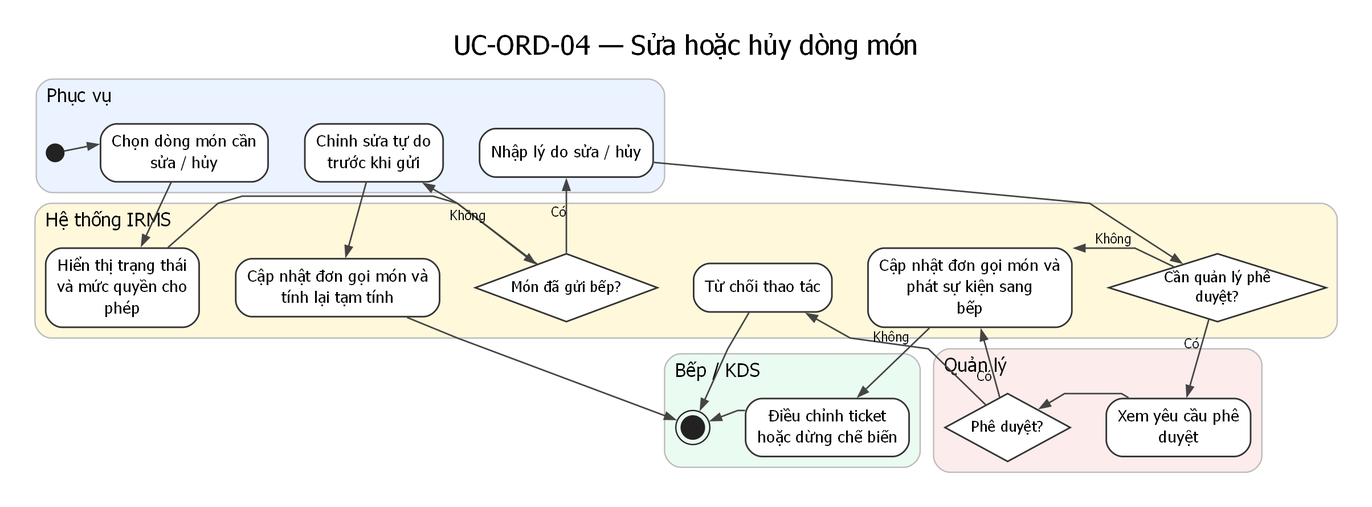
The Graphviz diagram assets/diagrams/rendered/activity/uc-ord-04-edit-or-cancel-item.png in lehoangluan1/SA_IRMS, before a commit. Its source is kept beside it as assets/diagrams/source/activity/uc-ord-04-edit-or-cancel-item.dot. The source it was exported from:
```dot
digraph G {
  graph [rankdir=TB, newrank=true, splines=polyline, nodesep=0.38, ranksep=0.62, pad=0.25, dpi=170, bgcolor="white", fontname="DejaVu Sans"];
  node [fontname="DejaVu Sans"];
  edge [fontname="DejaVu Sans", fontsize=10, color="#444444", penwidth=1.15, arrowsize=0.75];
  labelloc="t"; labeljust="c"; fontsize=20; fontname="DejaVu Sans"; label="UC-ORD-04 — Sửa hoặc hủy dòng món";
  subgraph cluster_l1 {
    style="rounded,filled";
    fillcolor="#EAF3FF"; color="#BBBBBB"; penwidth=1.0;
    label="Phục vụ"; fontsize=14; labelloc="t"; labeljust="l";
    rank=same;
    n0 [shape=circle, label="", width=0.18, height=0.18, fixedsize=true, style=filled, fillcolor="#222222", color="#222222"];
    n1 [label="Chọn dòng món cần
sửa / hủy", shape=rect, style="rounded,filled", fillcolor="white", color="#333333", penwidth=1.2, fontsize=12, margin="0.12,0.08"];
    n4 [label="Chỉnh sửa tự do
trước khi gửi", shape=rect, style="rounded,filled", fillcolor="white", color="#333333", penwidth=1.2, fontsize=12, margin="0.12,0.08"];
    n6 [label="Nhập lý do sửa / hủy", shape=rect, style="rounded,filled", fillcolor="white", color="#333333", penwidth=1.2, fontsize=12, margin="0.12,0.08"];
    n0 -> n1 -> n4 -> n6 [style=invis, weight=20];
  }
  subgraph cluster_l2 {
    style="rounded,filled";
    fillcolor="#FFF8DB"; color="#BBBBBB"; penwidth=1.0;
    label="Hệ thống IRMS"; fontsize=14; labelloc="t"; labeljust="l";
    rank=same;
    n2 [label="Hiển thị trạng thái
và mức quyền cho
phép", shape=rect, style="rounded,filled", fillcolor="white", color="#333333", penwidth=1.2, fontsize=12, margin="0.12,0.08"];
    n3 [label="Món đã gửi bếp?", shape=diamond, style="filled", fillcolor="white", color="#333333", penwidth=1.2, fontsize=11, width=1.2, height=0.7, margin="0.05,0.03"];
    n5 [label="Cập nhật đơn gọi món và
tính lại tạm tính", shape=rect, style="rounded,filled", fillcolor="white", color="#333333", penwidth=1.2, fontsize=12, margin="0.12,0.08"];
    n7 [label="Cần quản lý phê
duyệt?", shape=diamond, style="filled", fillcolor="white", color="#333333", penwidth=1.2, fontsize=11, width=1.2, height=0.7, margin="0.05,0.03"];
    n10 [label="Cập nhật đơn gọi món và
phát sự kiện sang
bếp", shape=rect, style="rounded,filled", fillcolor="white", color="#333333", penwidth=1.2, fontsize=12, margin="0.12,0.08"];
    n12 [label="Từ chối thao tác", shape=rect, style="rounded,filled", fillcolor="white", color="#333333", penwidth=1.2, fontsize=12, margin="0.12,0.08"];
    n2 -> n3 -> n5 -> n7 -> n10 -> n12 [style=invis, weight=20];
  }
  subgraph cluster_l3 {
    style="rounded,filled";
    fillcolor="#FDECEC"; color="#BBBBBB"; penwidth=1.0;
    label="Quản lý"; fontsize=14; labelloc="t"; labeljust="l";
    rank=same;
    n8 [label="Xem yêu cầu phê
duyệt", shape=rect, style="rounded,filled", fillcolor="white", color="#333333", penwidth=1.2, fontsize=12, margin="0.12,0.08"];
    n9 [label="Phê duyệt?", shape=diamond, style="filled", fillcolor="white", color="#333333", penwidth=1.2, fontsize=11, width=1.2, height=0.7, margin="0.05,0.03"];
    n8 -> n9 [style=invis, weight=20];
  }
  subgraph cluster_l4 {
    style="rounded,filled";
    fillcolor="#EAFBF1"; color="#BBBBBB"; penwidth=1.0;
    label="Bếp / KDS"; fontsize=14; labelloc="t"; labeljust="l";
    rank=same;
    n11 [label="Điều chỉnh ticket
hoặc dừng chế biến", shape=rect, style="rounded,filled", fillcolor="white", color="#333333", penwidth=1.2, fontsize=12, margin="0.12,0.08"];
    n13 [shape=doublecircle, label="", width=0.24, height=0.24, fixedsize=true, style=filled, fillcolor="#222222", color="#222222"];
    n11 -> n13 [style=invis, weight=20];
  }
  n0 -> n1;
  n1 -> n2;
  n2 -> n3;
  n3 -> n4 [xlabel="Không"];
  n3 -> n6 [xlabel="Có"];
  n4 -> n5;
  n5 -> n13;
  n6 -> n7;
  n7 -> n10 [xlabel="Không"];
  n7 -> n8 [xlabel="Có"];
  n8 -> n9;
  n9 -> n10 [xlabel="Có"];
  n9 -> n12 [xlabel="Không"];
  n10 -> n11;
  n11 -> n13;
  n12 -> n13;
}
```
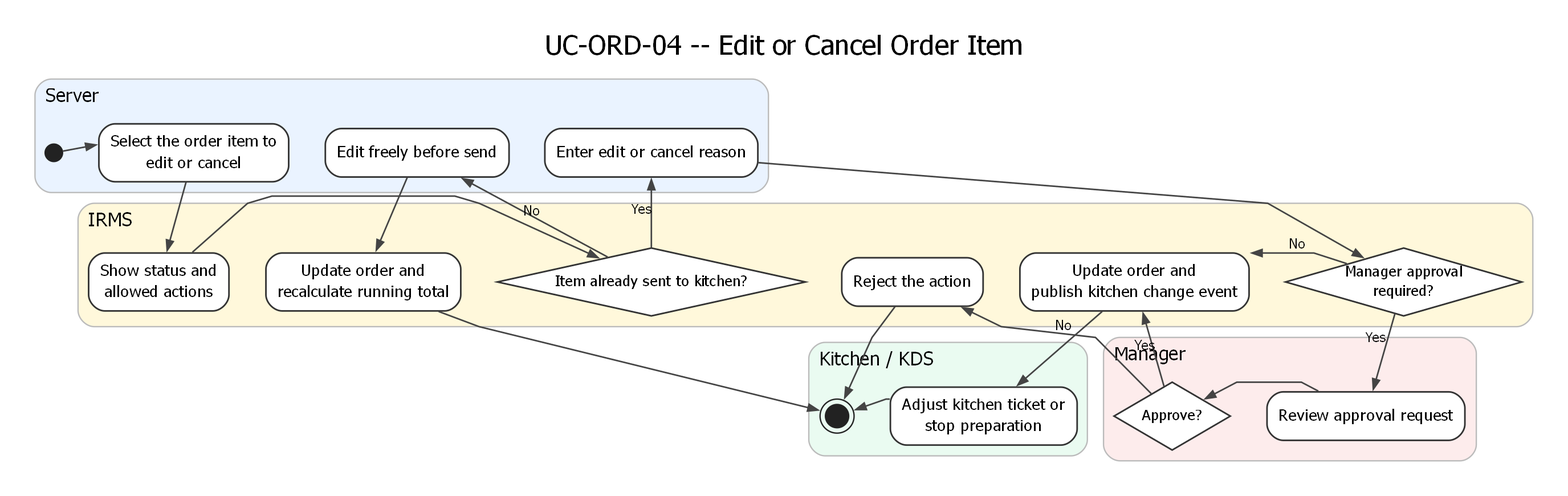
The same diagram one commit later.

The edit, as a diff of the source:
```diff
@@ -2,72 +2,62 @@
   graph [rankdir=TB, newrank=true, splines=polyline, nodesep=0.38, ranksep=0.62, pad=0.25, dpi=170, bgcolor="white", fontname="DejaVu Sans"];
   node [fontname="DejaVu Sans"];
   edge [fontname="DejaVu Sans", fontsize=10, color="#444444", penwidth=1.15, arrowsize=0.75];
-  labelloc="t"; labeljust="c"; fontsize=20; fontname="DejaVu Sans"; label="UC-ORD-04 — Sửa hoặc hủy dòng món";
+  labelloc="t"; labeljust="c"; fontsize=20; fontname="DejaVu Sans"; label="UC-ORD-04 -- Edit or Cancel Order Item";
   subgraph cluster_l1 {
     style="rounded,filled";
     fillcolor="#EAF3FF"; color="#BBBBBB"; penwidth=1.0;
-    label="Phục vụ"; fontsize=14; labelloc="t"; labeljust="l";
+    label="Server"; fontsize=14; labelloc="t"; labeljust="l";
     rank=same;
     n0 [shape=circle, label="", width=0.18, height=0.18, fixedsize=true, style=filled, fillcolor="#222222", color="#222222"];
-    n1 [label="Chọn dòng món cần
-sửa / hủy", shape=rect, style="rounded,filled", fillcolor="white", color="#333333", penwidth=1.2, fontsize=12, margin="0.12,0.08"];
-    n4 [label="Chỉnh sửa tự do
-trước khi gửi", shape=rect, style="rounded,filled", fillcolor="white", color="#333333", penwidth=1.2, fontsize=12, margin="0.12,0.08"];
-    n6 [label="Nhập lý do sửa / hủy", shape=rect, style="rounded,filled", fillcolor="white", color="#333333", penwidth=1.2, fontsize=12, margin="0.12,0.08"];
+    n1 [label="Select the order item to\nedit or cancel", shape=rect, style="rounded,filled", fillcolor="white", color="#333333", penwidth=1.2, fontsize=12, margin="0.12,0.08"];
+    n4 [label="Edit freely before send", shape=rect, style="rounded,filled", fillcolor="white", color="#333333", penwidth=1.2, fontsize=12, margin="0.12,0.08"];
+    n6 [label="Enter edit or cancel reason", shape=rect, style="rounded,filled", fillcolor="white", color="#333333", penwidth=1.2, fontsize=12, margin="0.12,0.08"];
     n0 -> n1 -> n4 -> n6 [style=invis, weight=20];
   }
   subgraph cluster_l2 {
     style="rounded,filled";
     fillcolor="#FFF8DB"; color="#BBBBBB"; penwidth=1.0;
-    label="Hệ thống IRMS"; fontsize=14; labelloc="t"; labeljust="l";
+    label="IRMS"; fontsize=14; labelloc="t"; labeljust="l";
     rank=same;
-    n2 [label="Hiển thị trạng thái
-và mức quyền cho
-phép", shape=rect, style="rounded,filled", fillcolor="white", color="#333333", penwidth=1.2, fontsize=12, margin="0.12,0.08"];
-    n3 [label="Món đã gửi bếp?", shape=diamond, style="filled", fillcolor="white", color="#333333", penwidth=1.2, fontsize=11, width=1.2, height=0.7, margin="0.05,0.03"];
-    n5 [label="Cập nhật đơn gọi món và
-tính lại tạm tính", shape=rect, style="rounded,filled", fillcolor="white", color="#333333", penwidth=1.2, fontsize=12, margin="0.12,0.08"];
-    n7 [label="Cần quản lý phê
-duyệt?", shape=diamond, style="filled", fillcolor="white", color="#333333", penwidth=1.2, fontsize=11, width=1.2, height=0.7, margin="0.05,0.03"];
-    n10 [label="Cập nhật đơn gọi món và
-phát sự kiện sang
-bếp", shape=rect, style="rounded,filled", fillcolor="white", color="#333333", penwidth=1.2, fontsize=12, margin="0.12,0.08"];
-    n12 [label="Từ chối thao tác", shape=rect, style="rounded,filled", fillcolor="white", color="#333333", penwidth=1.2, fontsize=12, margin="0.12,0.08"];
+    n2 [label="Show status and\nallowed actions", shape=rect, style="rounded,filled", fillcolor="white", color="#333333", penwidth=1.2, fontsize=12, margin="0.12,0.08"];
+    n3 [label="Item already sent to kitchen?", shape=diamond, style="filled", fillcolor="white", color="#333333", penwidth=1.2, fontsize=11, width=1.2, height=0.7, margin="0.05,0.03"];
+    n5 [label="Update order and\nrecalculate running total", shape=rect, style="rounded,filled", fillcolor="white", color="#333333", penwidth=1.2, fontsize=12, margin="0.12,0.08"];
+    n7 [label="Manager approval\nrequired?", shape=diamond, style="filled", fillcolor="white", color="#333333", penwidth=1.2, fontsize=11, width=1.2, height=0.7, margin="0.05,0.03"];
+    n10 [label="Update order and\npublish kitchen change event", shape=rect, style="rounded,filled", fillcolor="white", color="#333333", penwidth=1.2, fontsize=12, margin="0.12,0.08"];
+    n12 [label="Reject the action", shape=rect, style="rounded,filled", fillcolor="white", color="#333333", penwidth=1.2, fontsize=12, margin="0.12,0.08"];
     n2 -> n3 -> n5 -> n7 -> n10 -> n12 [style=invis, weight=20];
   }
   subgraph cluster_l3 {
     style="rounded,filled";
     fillcolor="#FDECEC"; color="#BBBBBB"; penwidth=1.0;
-    label="Quản lý"; fontsize=14; labelloc="t"; labeljust="l";
+    label="Manager"; fontsize=14; labelloc="t"; labeljust="l";
     rank=same;
-    n8 [label="Xem yêu cầu phê
-duyệt", shape=rect, style="rounded,filled", fillcolor="white", color="#333333", penwidth=1.2, fontsize=12, margin="0.12,0.08"];
-    n9 [label="Phê duyệt?", shape=diamond, style="filled", fillcolor="white", color="#333333", penwidth=1.2, fontsize=11, width=1.2, height=0.7, margin="0.05,0.03"];
+    n8 [label="Review approval request", shape=rect, style="rounded,filled", fillcolor="white", color="#333333", penwidth=1.2, fontsize=12, margin="0.12,0.08"];
+    n9 [label="Approve?", shape=diamond, style="filled", fillcolor="white", color="#333333", penwidth=1.2, fontsize=11, width=1.2, height=0.7, margin="0.05,0.03"];
     n8 -> n9 [style=invis, weight=20];
   }
   subgraph cluster_l4 {
     style="rounded,filled";
     fillcolor="#EAFBF1"; color="#BBBBBB"; penwidth=1.0;
-    label="Bếp / KDS"; fontsize=14; labelloc="t"; labeljust="l";
+    label="Kitchen / KDS"; fontsize=14; labelloc="t"; labeljust="l";
     rank=same;
-    n11 [label="Điều chỉnh ticket
-hoặc dừng chế biến", shape=rect, style="rounded,filled", fillcolor="white", color="#333333", penwidth=1.2, fontsize=12, margin="0.12,0.08"];
+    n11 [label="Adjust kitchen ticket or\nstop preparation", shape=rect, style="rounded,filled", fillcolor="white", color="#333333", penwidth=1.2, fontsize=12, margin="0.12,0.08"];
     n13 [shape=doublecircle, label="", width=0.24, height=0.24, fixedsize=true, style=filled, fillcolor="#222222", color="#222222"];
     n11 -> n13 [style=invis, weight=20];
   }
   n0 -> n1;
   n1 -> n2;
   n2 -> n3;
-  n3 -> n4 [xlabel="Không"];
-  n3 -> n6 [xlabel="Có"];
+  n3 -> n4 [xlabel="No"];
+  n3 -> n6 [xlabel="Yes"];
   n4 -> n5;
   n5 -> n13;
   n6 -> n7;
-  n7 -> n10 [xlabel="Không"];
-  n7 -> n8 [xlabel="Có"];
+  n7 -> n10 [xlabel="No"];
+  n7 -> n8 [xlabel="Yes"];
   n8 -> n9;
-  n9 -> n10 [xlabel="Có"];
-  n9 -> n12 [xlabel="Không"];
+  n9 -> n10 [xlabel="Yes"];
+  n9 -> n12 [xlabel="No"];
   n10 -> n11;
   n11 -> n13;
   n12 -> n13;
```
